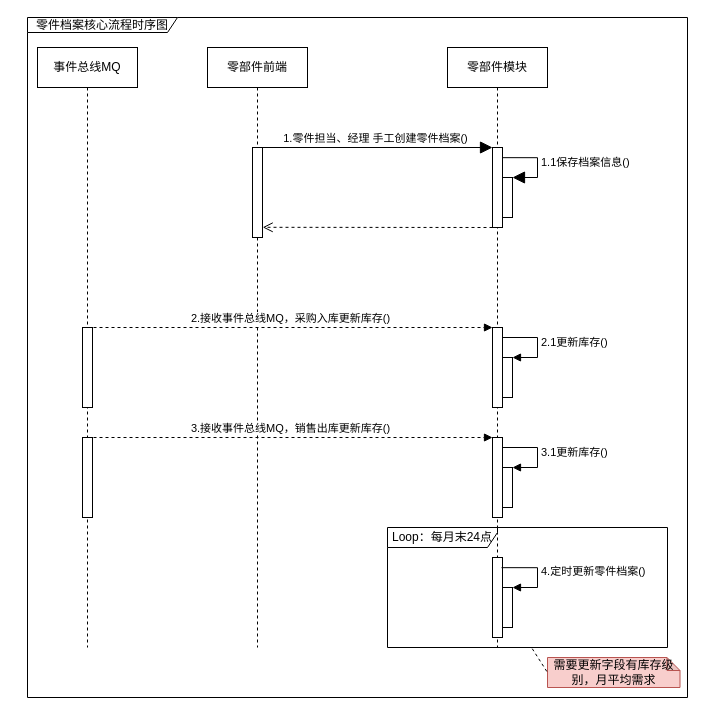
Before: page "时序图" (1 of 5) of 库存管理-零件档案管理.drawio in 1132489442/gitRepository1, a draw.io diagram. Source tidied: cells renumbered, new cells numbered last; positions are measured from the earlier drawing's top-left corner, leaving out a move shared by most shapes. Both pictures are drawn from the tidied source at 100%, with x=0, y=0 at pixel (27, 17).
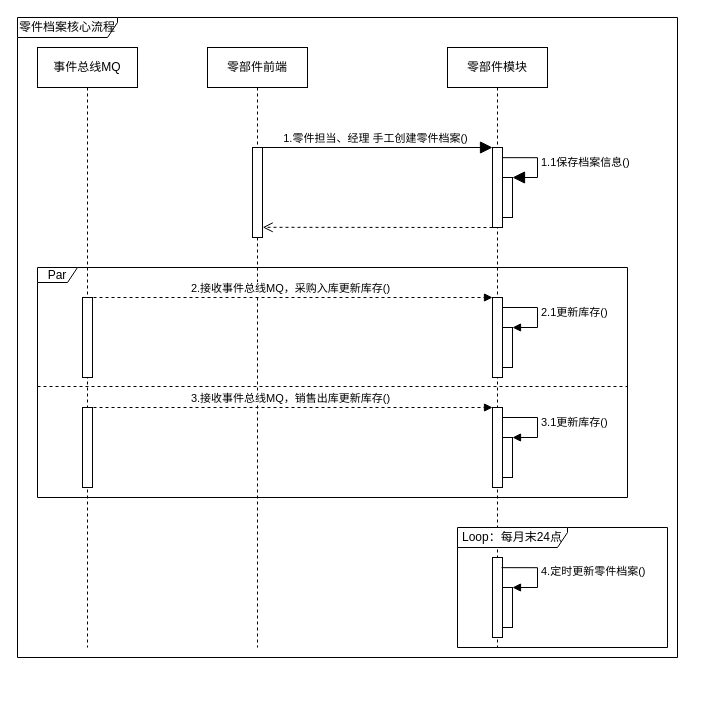
The same page after the edit.

Unchanged cells that the change refers to:
```xml
<mxCell id="3" value="零部件模块" style="shape=umlLifeline;perimeter=lifelinePerimeter;whiteSpace=wrap;html=1;fillColor=#FFFFFF;" parent="1" vertex="1">
  <mxGeometry x="420" y="30" width="100" height="600" as="geometry" />
</mxCell>
<mxCell id="17" value="事件总线MQ" style="shape=umlLifeline;perimeter=lifelinePerimeter;whiteSpace=wrap;html=1;fillColor=#FFFFFF;" parent="1" vertex="1">
  <mxGeometry x="10" y="30" width="100" height="600" as="geometry" />
</mxCell>
```

Diff of the diagram source:
```diff
@@
     <mxCell id="4" style="html=1;points=[];perimeter=orthogonalPerimeter;fillColor=#FFFFFF;" parent="3" vertex="1">
-      <mxGeometry x="45" y="280" width="10" height="80" as="geometry" />
+      <mxGeometry x="45" y="250" width="10" height="80" as="geometry" />
     </mxCell>
     <mxCell id="5" style="html=1;points=[];perimeter=orthogonalPerimeter;fillColor=#FFFFFF;" parent="3" vertex="1">
-      <mxGeometry x="55" y="310" width="10" height="40" as="geometry" />
+      <mxGeometry x="55" y="280" width="10" height="40" as="geometry" />
     </mxCell>
     <mxCell id="6" value="2.1更新库存()" style="edgeStyle=orthogonalEdgeStyle;html=1;align=left;spacingLeft=2;endArrow=block;rounded=0;entryX=1;entryY=0;exitX=1.029;exitY=0.125;exitDx=0;exitDy=0;exitPerimeter=0;" parent="3" edge="1" source="4" target="5">
       <mxGeometry relative="1" as="geometry">
         <Array as="points">
-          <mxPoint x="90" y="290" />
-          <mxPoint x="90" y="310" />
+          <mxPoint x="90" y="260" />
+          <mxPoint x="90" y="280" />
         </Array>
       </mxGeometry>
     </mxCell>
@@
-    <mxCell id="16" value="零件档案核心流程时序图" style="shape=umlFrame;whiteSpace=wrap;html=1;fillColor=#FFFFFF;width=150;height=15;" parent="1" vertex="1">
-      <mxGeometry width="660" height="680" as="geometry" />
+    <mxCell id="16" value="Par" style="shape=umlFrame;whiteSpace=wrap;html=1;fillColor=#FFFFFF;width=40;height=15;" parent="1" vertex="1">
+      <mxGeometry x="10" y="250" width="590" height="230" as="geometry" />
     </mxCell>
@@
     <mxCell id="18" style="html=1;perimeter=orthogonalPerimeter;fillColor=#FFFFFF;" parent="17" vertex="1">
-      <mxGeometry x="45" y="280" width="10" height="80" as="geometry" />
+      <mxGeometry x="45" y="250" width="10" height="80" as="geometry" />
     </mxCell>
     <mxCell id="19" value="2.接收事件总线MQ，采购入库更新库存()" style="html=1;verticalAlign=bottom;endArrow=block;entryX=0;entryY=0;rounded=0;dashed=1;" parent="1" edge="1" target="4">
       <mxGeometry relative="1" as="geometry">
-        <mxPoint x="60" y="310" as="sourcePoint" />
+        <mxPoint x="60" y="280" as="sourcePoint" />
       </mxGeometry>
     </mxCell>
     <mxCell id="20" style="html=1;points=[];perimeter=orthogonalPerimeter;fillColor=#FFFFFF;" parent="1" vertex="1">
-      <mxGeometry x="465" y="420" width="10" height="80" as="geometry" />
+      <mxGeometry x="465" y="390" width="10" height="80" as="geometry" />
     </mxCell>
     <mxCell id="21" style="html=1;points=[];perimeter=orthogonalPerimeter;fillColor=#FFFFFF;" parent="1" vertex="1">
-      <mxGeometry x="475" y="450" width="10" height="40" as="geometry" />
+      <mxGeometry x="475" y="420" width="10" height="40" as="geometry" />
     </mxCell>
     <mxCell id="22" value="3.1更新库存()" style="edgeStyle=orthogonalEdgeStyle;html=1;align=left;spacingLeft=2;endArrow=block;rounded=0;entryX=1;entryY=0;exitX=1.029;exitY=0.125;exitDx=0;exitDy=0;exitPerimeter=0;" parent="1" edge="1" source="20" target="21">
       <mxGeometry relative="1" as="geometry">
         <Array as="points">
-          <mxPoint x="510" y="430" />
-          <mxPoint x="510" y="450" />
+          <mxPoint x="510" y="400" />
+          <mxPoint x="510" y="420" />
         </Array>
       </mxGeometry>
     </mxCell>
     <mxCell id="23" style="html=1;perimeter=orthogonalPerimeter;fillColor=#FFFFFF;" parent="1" vertex="1">
-      <mxGeometry x="55" y="420" width="10" height="80" as="geometry" />
+      <mxGeometry x="55" y="390" width="10" height="80" as="geometry" />
     </mxCell>
     <mxCell id="24" value="3.接收事件总线MQ，销售出库更新库存()" style="html=1;verticalAlign=bottom;endArrow=block;entryX=0;entryY=0;rounded=0;dashed=1;" parent="1" edge="1" target="20">
       <mxGeometry relative="1" as="geometry">
-        <mxPoint x="60" y="420" as="sourcePoint" />
+        <mxPoint x="60" y="390" as="sourcePoint" />
       </mxGeometry>
     </mxCell>
     <mxCell id="25" value="Loop：每月末24点" style="shape=umlFrame;whiteSpace=wrap;html=1;fillColor=#FFFFFF;width=110;height=20;" parent="1" vertex="1">
-      <mxGeometry x="360" y="510" width="280" height="120" as="geometry" />
+      <mxGeometry x="430" y="510" width="210" height="120" as="geometry" />
     </mxCell>
-    <mxCell id="26" value="需要更新字段有库存级别，月平均需求" style="shape=note;whiteSpace=wrap;html=1;backgroundOutline=1;darkOpacity=0.05;fillColor=#f8cecc;size=13;strokeColor=#b85450;" parent="1" vertex="1">
-      <mxGeometry x="520" y="640" width="132.5" height="30" as="geometry" />
-    </mxCell>
-    <mxCell id="27" style="endArrow=none;dashed=1;html=1;rounded=0;entryX=0;entryY=0.5;entryDx=0;entryDy=0;entryPerimeter=0;exitX=0.517;exitY=1.01;exitDx=0;exitDy=0;exitPerimeter=0;" parent="1" edge="1" source="25" target="26">
-      <mxGeometry relative="1" as="geometry" />
-    </mxCell>
+    <mxCell id="28" style="line;strokeWidth=1;fillColor=none;align=left;verticalAlign=middle;spacingTop=-1;spacingLeft=3;spacingRight=3;labelPosition=right;dashed=1;" parent="1" vertex="1">
+      <mxGeometry x="10" y="365" width="590" height="8" as="geometry" />
+    </mxCell>
+    <mxCell id="29" value="零件档案核心流程" style="shape=umlFrame;whiteSpace=wrap;html=1;width=100;height=20;" parent="1" vertex="1">
+      <mxGeometry x="-10" width="660" height="640" as="geometry" />
+    </mxCell>
```
